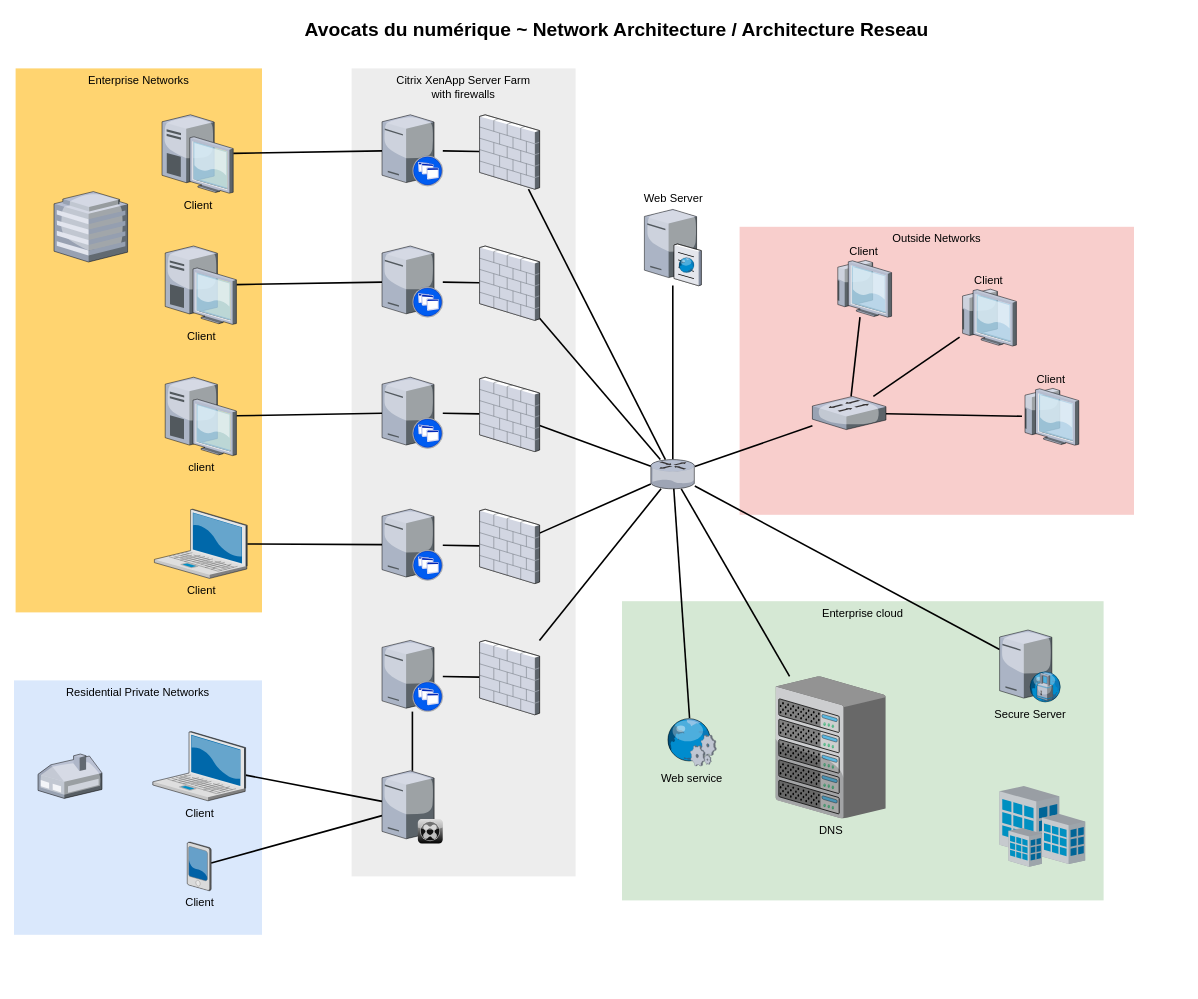
This is Diagramme sans nom.drawio from OCR-GRLD/OCR-GRLD, a draw.io file, before an edit. Source tidied: cells renumbered, new cells numbered last; positions are measured from the earlier drawing's top-left corner, leaving out a move shared by most shapes. Both pictures are drawn from the tidied source at 80%, with x=0, y=0 at pixel (14, 14).
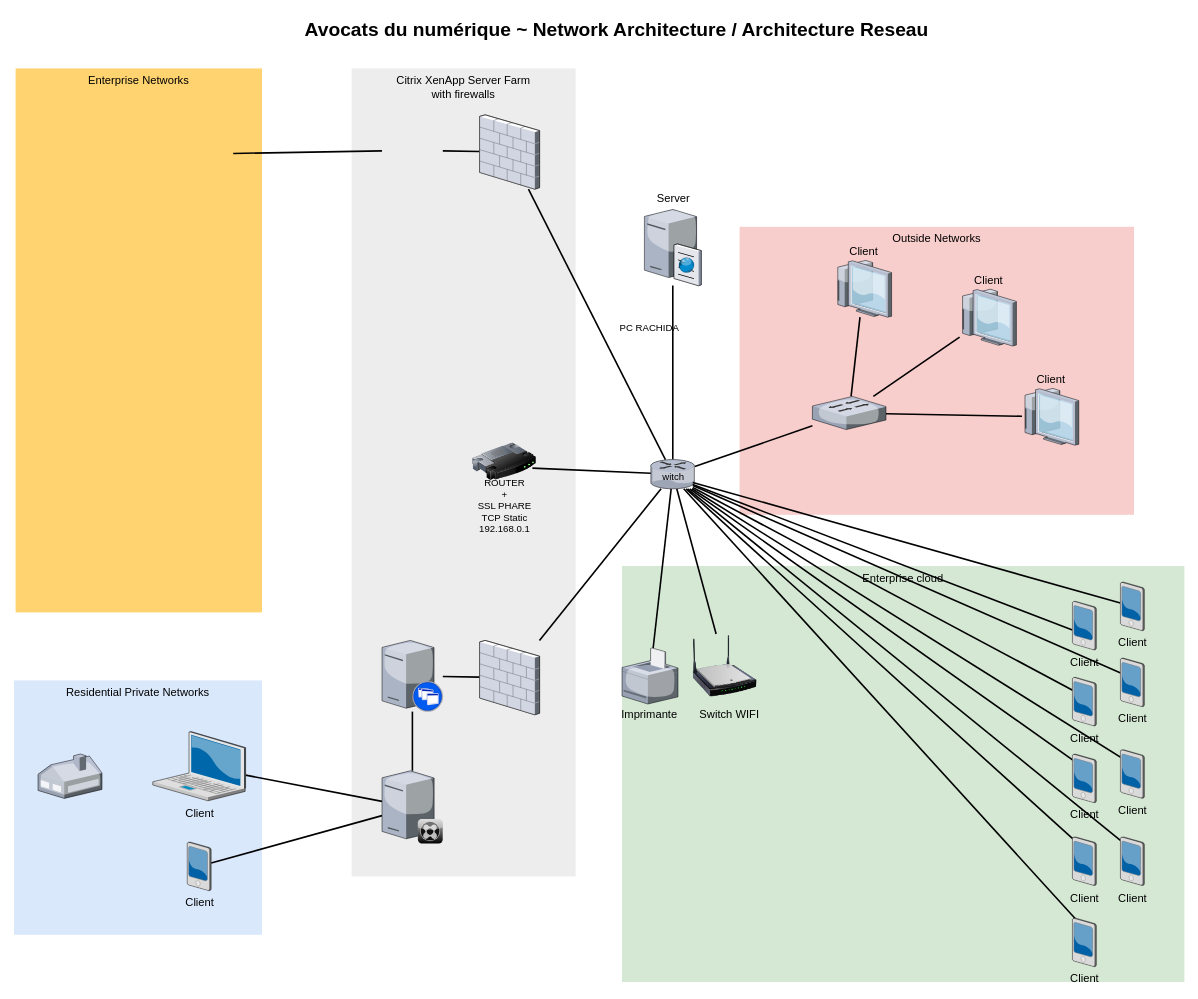
Above is the later version.

Commit message (it also covers changes not shown here):
Mettre à jour Diagramme sans nom.drawio

The change refers to these unchanged cells:
```xml
<mxCell id="33" style="verticalLabelPosition=bottom;html=1;verticalAlign=top;strokeColor=none;shape=mxgraph.citrix.router;fillColor=#66B2FF;gradientColor=#0066CC;fontSize=14;" parent="1" vertex="1">
  <mxGeometry x="796" y="557" width="55" height="36.5" as="geometry" />
</mxCell>
<mxCell id="39" style="verticalLabelPosition=bottom;html=1;verticalAlign=top;strokeColor=none;shape=mxgraph.citrix.firewall;fillColor=#66B2FF;gradientColor=#0066CC;fontSize=14;" parent="1" vertex="1">
  <mxGeometry x="582" y="126" width="75" height="93" as="geometry" />
</mxCell>
```

Change to the diagram source:
```diff
@@
     <mxCell id="3" value="Enterprise cloud" style="whiteSpace=wrap;html=1;fillColor=#d5e8d4;fontSize=14;strokeColor=none;verticalAlign=top;" parent="1" vertex="1">
-      <mxGeometry x="760" y="734" width="602" height="374" as="geometry" />
+      <mxGeometry x="760" y="690" width="703" height="520" as="geometry" />
     </mxCell>
@@
-    <mxCell id="9" style="edgeStyle=none;rounded=0;html=1;startSize=10;endSize=10;jettySize=auto;fontSize=14;endArrow=none;endFill=0;strokeWidth=2;" parent="1" edge="1" source="10" target="22">
-      <mxGeometry relative="1" as="geometry" />
-    </mxCell>
-    <mxCell id="10" value="Client" style="verticalLabelPosition=bottom;html=1;verticalAlign=top;strokeColor=none;shape=mxgraph.citrix.laptop_2;fillColor=#66B2FF;gradientColor=#0066CC;fontSize=14;" parent="1" vertex="1">
-      <mxGeometry x="175.5" y="619" width="116" height="86.5" as="geometry" />
-    </mxCell>
-    <mxCell id="11" style="edgeStyle=none;rounded=0;html=1;startSize=10;endSize=10;jettySize=auto;fontSize=14;endArrow=none;endFill=0;strokeWidth=2;" parent="1" edge="1" source="12" target="24">
-      <mxGeometry relative="1" as="geometry" />
-    </mxCell>
-    <mxCell id="12" value="client" style="verticalLabelPosition=bottom;html=1;verticalAlign=top;strokeColor=none;shape=mxgraph.citrix.desktop;fillColor=#66B2FF;gradientColor=#0066CC;fontSize=14;" parent="1" vertex="1">
-      <mxGeometry x="189" y="454" width="89" height="98" as="geometry" />
-    </mxCell>
-    <mxCell id="13" style="edgeStyle=none;rounded=0;html=1;startSize=10;endSize=10;jettySize=auto;fontSize=14;endArrow=none;endFill=0;strokeWidth=2;" parent="1" edge="1" source="14" target="26">
-      <mxGeometry relative="1" as="geometry" />
-    </mxCell>
-    <mxCell id="14" value="Client" style="verticalLabelPosition=bottom;html=1;verticalAlign=top;strokeColor=none;shape=mxgraph.citrix.desktop;fillColor=#66B2FF;gradientColor=#0066CC;fontSize=14;" parent="1" vertex="1">
-      <mxGeometry x="189" y="290" width="89" height="98" as="geometry" />
-    </mxCell>
-    <mxCell id="15" style="edgeStyle=none;rounded=0;html=1;startSize=10;endSize=10;jettySize=auto;fontSize=14;endArrow=none;endFill=0;strokeWidth=2;" parent="1" edge="1" source="16" target="28">
-      <mxGeometry relative="1" as="geometry" />
+    <mxCell id="15" style="edgeStyle=none;rounded=0;html=1;startSize=10;endSize=10;jettySize=auto;orthogonalLoop=1;fontSize=14;endArrow=none;endFill=0;strokeWidth=2;" parent="1" edge="1">
+      <mxGeometry relative="1" as="geometry">
+        <mxPoint x="274" y="174.3" as="sourcePoint" />
+        <mxPoint x="460" y="171.1" as="targetPoint" />
+      </mxGeometry>
     </mxCell>
-    <mxCell id="16" value="Client" style="verticalLabelPosition=bottom;html=1;verticalAlign=top;strokeColor=none;shape=mxgraph.citrix.desktop;fillColor=#66B2FF;gradientColor=#0066CC;fontSize=14;" parent="1" vertex="1">
-      <mxGeometry x="185" y="126" width="89" height="98" as="geometry" />
-    </mxCell>
@@
-    <mxCell id="21" style="edgeStyle=none;rounded=0;html=1;startSize=10;endSize=10;jettySize=auto;fontSize=14;endArrow=none;endFill=0;strokeWidth=2;" parent="1" edge="1" source="22" target="45">
-      <mxGeometry relative="1" as="geometry" />
-    </mxCell>
-    <mxCell id="22" style="verticalLabelPosition=bottom;html=1;verticalAlign=top;strokeColor=none;shape=mxgraph.citrix.xenapp_server;fillColor=#66B2FF;gradientColor=#0066CC;fontSize=14;" parent="1" vertex="1">
-      <mxGeometry x="460" y="619" width="76" height="89" as="geometry" />
-    </mxCell>
-    <mxCell id="23" style="edgeStyle=none;rounded=0;html=1;startSize=10;endSize=10;jettySize=auto;fontSize=14;endArrow=none;endFill=0;strokeWidth=2;" parent="1" edge="1" source="24" target="43">
-      <mxGeometry relative="1" as="geometry" />
-    </mxCell>
-    <mxCell id="24" style="verticalLabelPosition=bottom;html=1;verticalAlign=top;strokeColor=none;shape=mxgraph.citrix.xenapp_server;fillColor=#66B2FF;gradientColor=#0066CC;fontSize=14;" parent="1" vertex="1">
-      <mxGeometry x="460" y="454" width="76" height="89" as="geometry" />
-    </mxCell>
-    <mxCell id="25" style="edgeStyle=none;rounded=0;html=1;startSize=10;endSize=10;jettySize=auto;fontSize=14;endArrow=none;endFill=0;strokeWidth=2;" parent="1" edge="1" source="26" target="41">
-      <mxGeometry relative="1" as="geometry" />
-    </mxCell>
-    <mxCell id="26" style="verticalLabelPosition=bottom;html=1;verticalAlign=top;strokeColor=none;shape=mxgraph.citrix.xenapp_server;fillColor=#66B2FF;gradientColor=#0066CC;fontSize=14;" parent="1" vertex="1">
-      <mxGeometry x="460" y="290" width="76" height="89" as="geometry" />
-    </mxCell>
-    <mxCell id="27" style="edgeStyle=none;rounded=0;html=1;startSize=10;endSize=10;jettySize=auto;fontSize=14;endArrow=none;endFill=0;strokeWidth=2;" parent="1" edge="1" source="28" target="39">
-      <mxGeometry relative="1" as="geometry" />
+    <mxCell id="27" style="edgeStyle=none;rounded=0;html=1;startSize=10;endSize=10;jettySize=auto;fontSize=14;endArrow=none;endFill=0;strokeWidth=2;" parent="1" edge="1" target="39">
+      <mxGeometry relative="1" as="geometry">
+        <mxPoint x="536" y="171.1" as="sourcePoint" />
+      </mxGeometry>
     </mxCell>
-    <mxCell id="28" style="verticalLabelPosition=bottom;html=1;verticalAlign=top;strokeColor=none;shape=mxgraph.citrix.xenapp_server;fillColor=#66B2FF;gradientColor=#0066CC;fontSize=14;" parent="1" vertex="1">
-      <mxGeometry x="460" y="126" width="76" height="89" as="geometry" />
-    </mxCell>
-    <mxCell id="29" style="edgeStyle=none;rounded=0;html=1;startSize=10;endSize=10;jettySize=auto;fontSize=14;endArrow=none;endFill=0;strokeWidth=2;" parent="1" edge="1" source="33" target="37">
+    <mxCell id="29" style="edgeStyle=none;rounded=0;html=1;startSize=10;endSize=10;jettySize=auto;fontSize=14;endArrow=none;endFill=0;strokeWidth=2;" parent="1" edge="1" source="33" target="63">
       <mxGeometry relative="1" as="geometry" />
     </mxCell>
@@
-    <mxCell id="32" style="edgeStyle=none;rounded=0;html=1;startSize=10;endSize=10;jettySize=auto;fontSize=14;endArrow=none;endFill=0;strokeWidth=2;" parent="1" edge="1" source="33" target="50">
+    <mxCell id="32" style="edgeStyle=none;rounded=0;html=1;startSize=10;endSize=10;jettySize=auto;fontSize=14;endArrow=none;endFill=0;strokeWidth=2;entryX=0.867;entryY=0.492;entryDx=0;entryDy=0;entryPerimeter=0;" parent="1" edge="1" source="69" target="70">
       <mxGeometry relative="1" as="geometry" />
     </mxCell>
@@
-    <mxCell id="36" value="Web Server" style="verticalLabelPosition=top;html=1;verticalAlign=bottom;strokeColor=none;shape=mxgraph.citrix.cache_server;fillColor=#66B2FF;gradientColor=#0066CC;fontSize=14;labelPosition=center;align=center;" parent="1" vertex="1">
+    <mxCell id="36" value="Server" style="verticalLabelPosition=top;html=1;verticalAlign=bottom;strokeColor=none;shape=mxgraph.citrix.cache_server;fillColor=#66B2FF;gradientColor=#0066CC;fontSize=14;labelPosition=center;align=center;" parent="1" vertex="1">
       <mxGeometry x="788" y="242" width="71" height="97.5" as="geometry" />
     </mxCell>
-    <mxCell id="37" value="DNS" style="verticalLabelPosition=bottom;html=1;verticalAlign=top;strokeColor=none;shape=mxgraph.citrix.chassis;fillColor=#66B2FF;gradientColor=#0066CC;fontSize=14;" parent="1" vertex="1">
-      <mxGeometry x="952" y="828" width="137.5" height="177.5" as="geometry" />
-    </mxCell>
@@
-    <mxCell id="40" style="edgeStyle=none;rounded=0;html=1;startSize=10;endSize=10;jettySize=auto;fontSize=14;endArrow=none;endFill=0;strokeWidth=2;" parent="1" edge="1" source="41" target="33">
-      <mxGeometry relative="1" as="geometry" />
-    </mxCell>
-    <mxCell id="41" style="verticalLabelPosition=bottom;html=1;verticalAlign=top;strokeColor=none;shape=mxgraph.citrix.firewall;fillColor=#66B2FF;gradientColor=#0066CC;fontSize=14;" parent="1" vertex="1">
-      <mxGeometry x="582" y="290" width="75" height="93" as="geometry" />
-    </mxCell>
-    <mxCell id="42" style="edgeStyle=none;rounded=0;html=1;startSize=10;endSize=10;jettySize=auto;fontSize=14;endArrow=none;endFill=0;strokeWidth=2;" parent="1" edge="1" source="43" target="33">
-      <mxGeometry relative="1" as="geometry" />
+    <mxCell id="42" style="edgeStyle=none;rounded=0;html=1;startSize=10;endSize=10;jettySize=auto;fontSize=14;endArrow=none;endFill=0;strokeWidth=2;" parent="1" edge="1" target="33">
+      <mxGeometry relative="1" as="geometry">
+        <mxPoint x="648" y="567.6" as="sourcePoint" />
+      </mxGeometry>
     </mxCell>
-    <mxCell id="43" style="verticalLabelPosition=bottom;html=1;verticalAlign=top;strokeColor=none;shape=mxgraph.citrix.firewall;fillColor=#66B2FF;gradientColor=#0066CC;fontSize=14;" parent="1" vertex="1">
-      <mxGeometry x="582" y="454" width="75" height="93" as="geometry" />
-    </mxCell>
-    <mxCell id="44" style="edgeStyle=none;rounded=0;html=1;startSize=10;endSize=10;jettySize=auto;fontSize=14;endArrow=none;endFill=0;strokeWidth=2;" parent="1" edge="1" source="45" target="33">
-      <mxGeometry relative="1" as="geometry" />
-    </mxCell>
-    <mxCell id="45" style="verticalLabelPosition=bottom;html=1;verticalAlign=top;strokeColor=none;shape=mxgraph.citrix.firewall;fillColor=#66B2FF;gradientColor=#0066CC;fontSize=14;" parent="1" vertex="1">
-      <mxGeometry x="582" y="619" width="75" height="93" as="geometry" />
-    </mxCell>
@@
-    <mxCell id="49" style="verticalLabelPosition=bottom;html=1;verticalAlign=top;strokeColor=none;shape=mxgraph.citrix.hq_enterprise;fillColor=#66B2FF;gradientColor=#0066CC;fontSize=14;" parent="1" vertex="1">
-      <mxGeometry x="50" y="222" width="92" height="88" as="geometry" />
-    </mxCell>
-    <mxCell id="50" value="Secure Server" style="verticalLabelPosition=bottom;html=1;verticalAlign=top;strokeColor=none;shape=mxgraph.citrix.proxy_server;fillColor=#66B2FF;gradientColor=#0066CC;fontSize=14;" parent="1" vertex="1">
-      <mxGeometry x="1232" y="770" width="76.5" height="90" as="geometry" />
-    </mxCell>
@@
-    <mxCell id="58" style="edgeStyle=none;rounded=0;html=1;startSize=10;endSize=10;jettySize=auto;fontSize=14;endArrow=none;endFill=0;strokeWidth=2;" parent="1" edge="1" source="59" target="33">
+    <mxCell id="58" style="edgeStyle=none;rounded=0;html=1;startSize=10;endSize=10;jettySize=auto;fontSize=14;endArrow=none;endFill=0;strokeWidth=2;" parent="1" edge="1" source="64" target="33">
       <mxGeometry relative="1" as="geometry" />
     </mxCell>
-    <mxCell id="59" value="Web service" style="verticalLabelPosition=bottom;html=1;verticalAlign=top;strokeColor=none;shape=mxgraph.citrix.web_service;fillColor=#66B2FF;gradientColor=#0066CC;fontSize=14;" parent="1" vertex="1">
-      <mxGeometry x="815" y="880" width="63" height="60" as="geometry" />
-    </mxCell>
-    <mxCell id="60" style="verticalLabelPosition=bottom;html=1;verticalAlign=top;strokeColor=none;shape=mxgraph.citrix.site;fillColor=#66B2FF;gradientColor=#0066CC;fontSize=14;" parent="1" vertex="1">
-      <mxGeometry x="1232" y="965" width="107" height="101" as="geometry" />
-    </mxCell>
@@
+    <mxCell id="62" style="image;html=1;image=img/lib/clip_art/networking/Router_128x128.png;" parent="1" vertex="1">
+      <mxGeometry x="573" y="519.5" width="80" height="80" as="geometry" />
+    </mxCell>
+    <mxCell id="63" style="image;html=1;image=img/lib/clip_art/networking/Wireless_Router_N_128x128.png;" parent="1" vertex="1">
+      <mxGeometry x="848.5" y="775" width="80" height="80" as="geometry" />
+    </mxCell>
+    <mxCell id="64" style="verticalLabelPosition=bottom;sketch=0;html=1;verticalAlign=top;strokeColor=none;align=center;outlineConnect=0;shape=mxgraph.citrix.printer;" parent="1" vertex="1">
+      <mxGeometry x="760" y="792.5" width="70" height="70" as="geometry" />
+    </mxCell>
+    <mxCell id="65" value="&lt;font style=&quot;font-size: 14px;&quot;&gt;Imprimante&lt;br&gt;&lt;/font&gt;" style="text;html=1;align=center;verticalAlign=middle;strokeColor=none;fillColor=none;" parent="1" vertex="1">
+      <mxGeometry x="749" y="860" width="90" height="30" as="geometry" />
+    </mxCell>
+    <mxCell id="66" value="&lt;font style=&quot;font-size: 14px;&quot;&gt;Switch WIFI&lt;br&gt;&lt;/font&gt;" style="text;html=1;align=center;verticalAlign=middle;strokeColor=none;fillColor=none;" parent="1" vertex="1">
+      <mxGeometry x="844" y="860" width="100" height="30" as="geometry" />
+    </mxCell>
+    <mxCell id="67" value="ROUTER&lt;br&gt;+&lt;br&gt;SSL PHARE&lt;br&gt;TCP Static &lt;br&gt;192.168.0.1" style="text;html=1;align=center;verticalAlign=middle;strokeColor=none;fillColor=none;" parent="1" vertex="1">
+      <mxGeometry x="568" y="570" width="90" height="90" as="geometry" />
+    </mxCell>
+    <mxCell id="68" value="PC RACHIDA" style="text;html=1;align=center;verticalAlign=middle;strokeColor=none;fillColor=none;" parent="1" vertex="1">
+      <mxGeometry x="744" y="378" width="100" height="30" as="geometry" />
+    </mxCell>
+    <mxCell id="69" value="witch" style="text;html=1;align=center;verticalAlign=middle;points=[];strokeColor=none;fillColor=none;" parent="1" vertex="1">
+      <mxGeometry x="798.5" y="563.5" width="50" height="30" as="geometry" />
+    </mxCell>
+    <mxCell id="70" value="Client" style="verticalLabelPosition=bottom;html=1;verticalAlign=top;strokeColor=none;shape=mxgraph.citrix.pda;fillColor=#66B2FF;gradientColor=#0066CC;fontSize=14;" parent="1" vertex="1">
+      <mxGeometry x="1323" y="829" width="30" height="61" as="geometry" />
+    </mxCell>
+    <mxCell id="71" style="edgeStyle=none;rounded=0;html=1;startSize=10;endSize=10;jettySize=auto;fontSize=14;endArrow=none;endFill=0;strokeWidth=2;entryX=0.883;entryY=0.426;entryDx=0;entryDy=0;entryPerimeter=0;" parent="1" edge="1" source="69" target="72">
+      <mxGeometry relative="1" as="geometry" />
+    </mxCell>
+    <mxCell id="72" value="Client" style="verticalLabelPosition=bottom;html=1;verticalAlign=top;strokeColor=none;shape=mxgraph.citrix.pda;fillColor=#66B2FF;gradientColor=#0066CC;fontSize=14;" parent="1" vertex="1">
+      <mxGeometry x="1323" y="925" width="30" height="61" as="geometry" />
+    </mxCell>
+    <mxCell id="73" style="edgeStyle=none;rounded=0;html=1;startSize=10;endSize=10;jettySize=auto;fontSize=14;endArrow=none;endFill=0;strokeWidth=2;" parent="1" edge="1" source="69" target="74">
+      <mxGeometry relative="1" as="geometry">
+        <Array as="points">
+          <mxPoint x="1323" y="770" />
+        </Array>
+      </mxGeometry>
+    </mxCell>
+    <mxCell id="74" value="Client" style="verticalLabelPosition=bottom;html=1;verticalAlign=top;strokeColor=none;shape=mxgraph.citrix.pda;fillColor=#66B2FF;gradientColor=#0066CC;fontSize=14;" parent="1" vertex="1">
+      <mxGeometry x="1323" y="734" width="30" height="61" as="geometry" />
+    </mxCell>
+    <mxCell id="75" style="edgeStyle=none;rounded=0;html=1;startSize=10;endSize=10;jettySize=auto;fontSize=14;endArrow=none;endFill=0;strokeWidth=2;entryX=0.883;entryY=0.426;entryDx=0;entryDy=0;entryPerimeter=0;" parent="1" edge="1" source="69" target="76">
+      <mxGeometry relative="1" as="geometry" />
+    </mxCell>
+    <mxCell id="76" value="Client" style="verticalLabelPosition=bottom;html=1;verticalAlign=top;strokeColor=none;shape=mxgraph.citrix.pda;fillColor=#66B2FF;gradientColor=#0066CC;fontSize=14;" parent="1" vertex="1">
+      <mxGeometry x="1323" y="1028.5" width="30" height="61" as="geometry" />
+    </mxCell>
+    <mxCell id="77" style="edgeStyle=none;rounded=0;html=1;startSize=10;endSize=10;jettySize=auto;fontSize=14;endArrow=none;endFill=0;strokeWidth=2;entryX=0.883;entryY=0.426;entryDx=0;entryDy=0;entryPerimeter=0;" parent="1" edge="1" source="69" target="78">
+      <mxGeometry relative="1" as="geometry" />
+    </mxCell>
+    <mxCell id="78" value="Client" style="verticalLabelPosition=bottom;html=1;verticalAlign=top;strokeColor=none;shape=mxgraph.citrix.pda;fillColor=#66B2FF;gradientColor=#0066CC;fontSize=14;" parent="1" vertex="1">
+      <mxGeometry x="1323" y="1130" width="30" height="61" as="geometry" />
+    </mxCell>
+    <mxCell id="79" style="edgeStyle=none;rounded=0;html=1;startSize=10;endSize=10;jettySize=auto;fontSize=14;endArrow=none;endFill=0;strokeWidth=2;" parent="1" edge="1" source="69" target="80">
+      <mxGeometry relative="1" as="geometry" />
+    </mxCell>
+    <mxCell id="80" value="Client" style="verticalLabelPosition=bottom;html=1;verticalAlign=top;strokeColor=none;shape=mxgraph.citrix.pda;fillColor=#66B2FF;gradientColor=#0066CC;fontSize=14;" parent="1" vertex="1">
+      <mxGeometry x="1383" y="710" width="30" height="61" as="geometry" />
+    </mxCell>
+    <mxCell id="81" style="edgeStyle=none;rounded=0;html=1;startSize=10;endSize=10;jettySize=auto;fontSize=14;endArrow=none;endFill=0;strokeWidth=2;entryX=0.867;entryY=0.492;entryDx=0;entryDy=0;entryPerimeter=0;" parent="1" edge="1" source="69" target="82">
+      <mxGeometry relative="1" as="geometry" />
+    </mxCell>
+    <mxCell id="82" value="Client" style="verticalLabelPosition=bottom;html=1;verticalAlign=top;strokeColor=none;shape=mxgraph.citrix.pda;fillColor=#66B2FF;gradientColor=#0066CC;fontSize=14;" parent="1" vertex="1">
+      <mxGeometry x="1383" y="805" width="30" height="61" as="geometry" />
+    </mxCell>
+    <mxCell id="83" style="edgeStyle=none;rounded=0;html=1;startSize=10;endSize=10;jettySize=auto;fontSize=14;endArrow=none;endFill=0;strokeWidth=2;entryX=0.883;entryY=0.426;entryDx=0;entryDy=0;entryPerimeter=0;" parent="1" edge="1" source="69" target="84">
+      <mxGeometry relative="1" as="geometry" />
+    </mxCell>
+    <mxCell id="84" value="Client" style="verticalLabelPosition=bottom;html=1;verticalAlign=top;strokeColor=none;shape=mxgraph.citrix.pda;fillColor=#66B2FF;gradientColor=#0066CC;fontSize=14;" parent="1" vertex="1">
+      <mxGeometry x="1383" y="919.5" width="30" height="61" as="geometry" />
+    </mxCell>
+    <mxCell id="85" style="edgeStyle=none;rounded=0;html=1;startSize=10;endSize=10;jettySize=auto;fontSize=14;endArrow=none;endFill=0;strokeWidth=2;entryX=0.883;entryY=0.426;entryDx=0;entryDy=0;entryPerimeter=0;" parent="1" edge="1" source="69" target="86">
+      <mxGeometry relative="1" as="geometry" />
+    </mxCell>
+    <mxCell id="86" value="Client" style="verticalLabelPosition=bottom;html=1;verticalAlign=top;strokeColor=none;shape=mxgraph.citrix.pda;fillColor=#66B2FF;gradientColor=#0066CC;fontSize=14;" parent="1" vertex="1">
+      <mxGeometry x="1383" y="1028.5" width="30" height="61" as="geometry" />
+    </mxCell>
```
